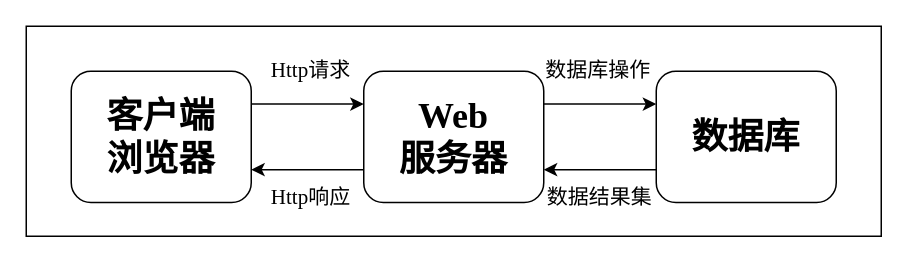
Before: 陶陶框架2.drawio in dongtianshuo/dongtianshuo1, a draw.io diagram. Source tidied: cells renumbered, new cells numbered last; positions are measured from the earlier drawing's top-left corner, leaving out a move shared by most shapes. Both pictures are drawn from the tidied source at 150%, with x=0, y=0 at pixel (26, 26).
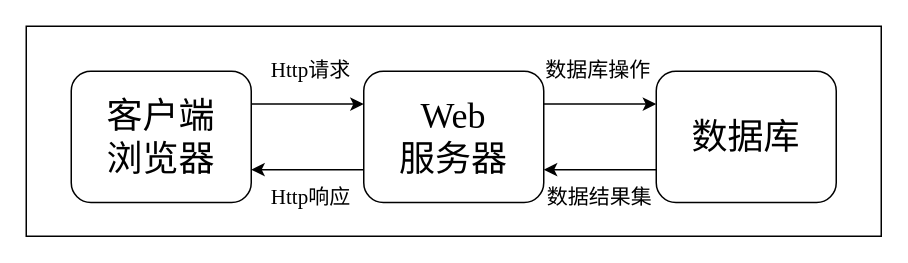
The same diagram, later.

Commit message:
更新陶陶框架2.drawio

Change to the diagram source:
```diff
@@
 <mxGraphModel>
   <root>
     <mxCell id="0" />
     <mxCell id="1" parent="0" />
     <mxCell id="2" style="rounded=0;whiteSpace=wrap;html=1;" parent="1" vertex="1">
       <mxGeometry width="570" height="140" as="geometry" />
     </mxCell>
     <mxCell id="3" style="edgeStyle=orthogonalEdgeStyle;rounded=0;jettySize=auto;html=1;exitX=1;exitY=0.25;exitDx=0;exitDy=0;entryX=0;entryY=0.25;entryDx=0;entryDy=0;" parent="1" edge="1" source="4" target="7">
       <mxGeometry relative="1" as="geometry" />
     </mxCell>
-    <mxCell id="4" value="&lt;font style=&quot;font-size: 24px;&quot; face=&quot;Times New Roman&quot;&gt;&lt;b&gt;客户端&lt;/b&gt;&lt;/font&gt;&lt;div&gt;&lt;font style=&quot;font-size: 24px;&quot; face=&quot;Times New Roman&quot;&gt;&lt;b&gt;浏览器&lt;/b&gt;&lt;/font&gt;&lt;/div&gt;" style="rounded=1;whiteSpace=wrap;html=1;" parent="1" vertex="1">
+    <mxCell id="4" value="&lt;font style=&quot;font-size: 24px;&quot; face=&quot;Times New Roman&quot;&gt;客户端&lt;/font&gt;&lt;div&gt;&lt;font style=&quot;font-size: 24px;&quot; face=&quot;Times New Roman&quot;&gt;浏览器&lt;/font&gt;&lt;/div&gt;" style="rounded=1;whiteSpace=wrap;html=1;" parent="1" vertex="1">
       <mxGeometry x="30" y="30" width="120" height="87.5" as="geometry" />
     </mxCell>
     <mxCell id="5" style="edgeStyle=orthogonalEdgeStyle;rounded=0;jettySize=auto;html=1;exitX=1;exitY=0.25;exitDx=0;exitDy=0;entryX=0;entryY=0.25;entryDx=0;entryDy=0;" parent="1" edge="1" source="7" target="9">
       <mxGeometry relative="1" as="geometry" />
     </mxCell>
     <mxCell id="6" style="edgeStyle=orthogonalEdgeStyle;rounded=0;jettySize=auto;html=1;exitX=0;exitY=0.75;exitDx=0;exitDy=0;entryX=1;entryY=0.75;entryDx=0;entryDy=0;" parent="1" edge="1" source="7" target="4">
       <mxGeometry relative="1" as="geometry" />
     </mxCell>
-    <mxCell id="7" value="&lt;font style=&quot;font-size: 24px;&quot; face=&quot;Times New Roman&quot;&gt;&lt;b&gt;Web&lt;/b&gt;&lt;/font&gt;&lt;div&gt;&lt;font style=&quot;font-size: 24px;&quot; face=&quot;Times New Roman&quot;&gt;&lt;b&gt;服务器&lt;/b&gt;&lt;/font&gt;&lt;/div&gt;" style="rounded=1;whiteSpace=wrap;html=1;" parent="1" vertex="1">
+    <mxCell id="7" value="&lt;font style=&quot;font-size: 24px;&quot; face=&quot;Times New Roman&quot;&gt;Web&lt;/font&gt;&lt;div&gt;&lt;font style=&quot;font-size: 24px;&quot; face=&quot;Times New Roman&quot;&gt;服务器&lt;/font&gt;&lt;/div&gt;" style="rounded=1;whiteSpace=wrap;html=1;" parent="1" vertex="1">
       <mxGeometry x="225" y="30" width="120" height="87.5" as="geometry" />
     </mxCell>
     <mxCell id="8" style="edgeStyle=orthogonalEdgeStyle;rounded=0;jettySize=auto;html=1;exitX=0;exitY=0.75;exitDx=0;exitDy=0;entryX=1;entryY=0.75;entryDx=0;entryDy=0;" parent="1" edge="1" source="9" target="7">
       <mxGeometry relative="1" as="geometry" />
     </mxCell>
-    <mxCell id="9" value="&lt;div&gt;&lt;b style=&quot;font-family: &amp;quot;Times New Roman&amp;quot;; font-size: 24px;&quot;&gt;数据库&lt;/b&gt;&lt;/div&gt;" style="rounded=1;whiteSpace=wrap;html=1;" parent="1" vertex="1">
+    <mxCell id="9" value="&lt;div&gt;&lt;span style=&quot;font-family: &amp;quot;Times New Roman&amp;quot;; font-size: 24px;&quot;&gt;数据库&lt;/span&gt;&lt;/div&gt;" style="rounded=1;whiteSpace=wrap;html=1;" parent="1" vertex="1">
       <mxGeometry x="420" y="30" width="120" height="87.5" as="geometry" />
     </mxCell>
     <mxCell id="10" value="&lt;font style=&quot;font-size: 14px;&quot; face=&quot;Times New Roman&quot;&gt;Http请求&lt;/font&gt;" style="text;html=1;align=center;verticalAlign=middle;whiteSpace=wrap;rounded=0;" parent="1" vertex="1">
       <mxGeometry x="160" y="20" width="60" height="20" as="geometry" />
     </mxCell>
     <mxCell id="11" value="&lt;font style=&quot;font-size: 14px;&quot; face=&quot;Times New Roman&quot;&gt;Http响应&lt;/font&gt;" style="text;html=1;align=center;verticalAlign=middle;whiteSpace=wrap;rounded=0;" parent="1" vertex="1">
       <mxGeometry x="160" y="105" width="60" height="20" as="geometry" />
     </mxCell>
     <mxCell id="12" value="&lt;font style=&quot;font-size: 14px;&quot; face=&quot;Times New Roman&quot;&gt;数据库操作&lt;/font&gt;" style="text;html=1;align=center;verticalAlign=middle;whiteSpace=wrap;rounded=0;" parent="1" vertex="1">
       <mxGeometry x="343" y="20" width="77" height="20" as="geometry" />
     </mxCell>
     <mxCell id="13" value="&lt;font style=&quot;font-size: 14px;&quot; face=&quot;Times New Roman&quot;&gt;数据结果集&lt;/font&gt;" style="text;html=1;align=center;verticalAlign=middle;whiteSpace=wrap;rounded=0;" parent="1" vertex="1">
       <mxGeometry x="344" y="105" width="77" height="20" as="geometry" />
     </mxCell>
   </root>
 </mxGraphModel>
```
